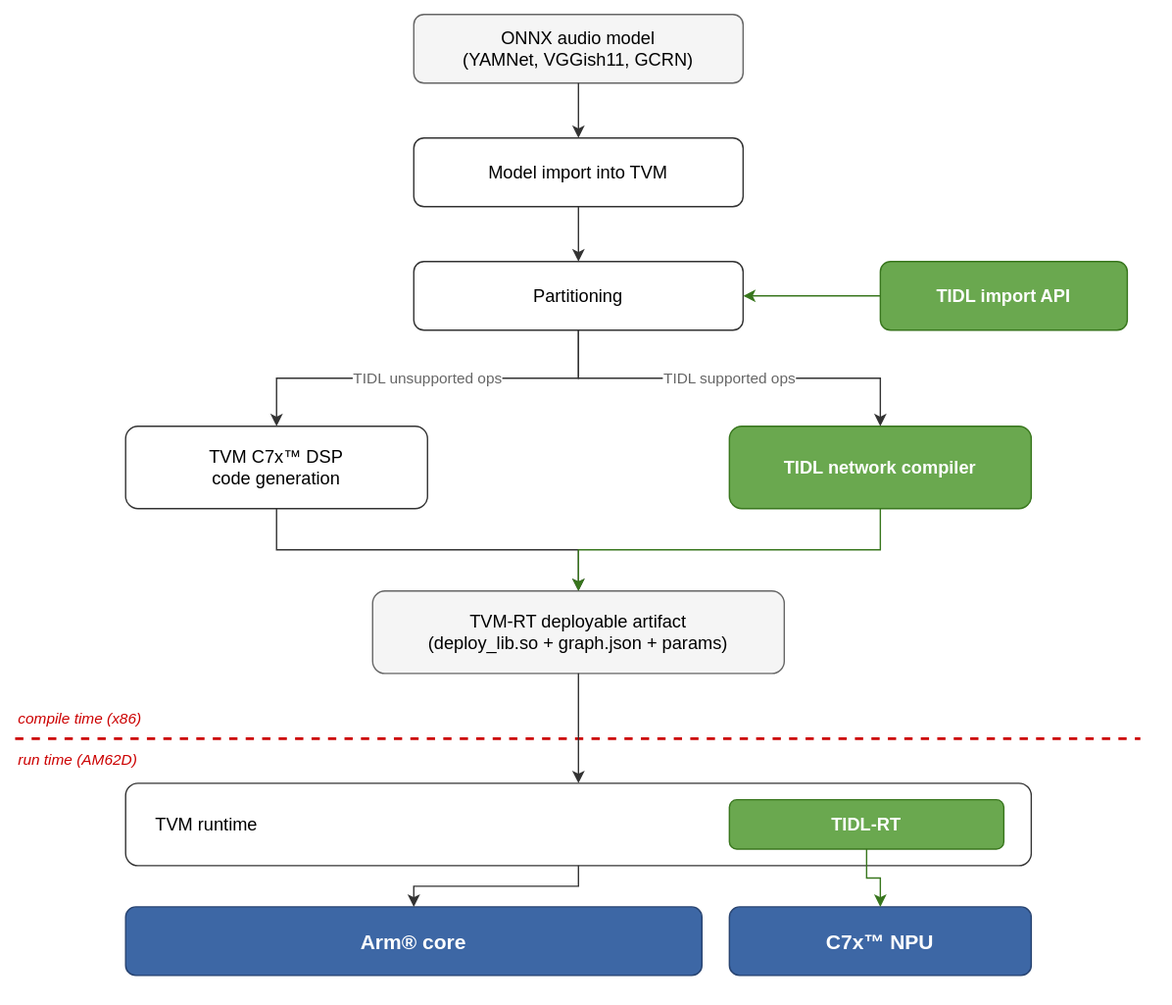
Before: source/images/audioai/tvm_tidl_flow.svg, a diagram exported from draw.io (TexasInstruments/processor-sdk-doc). Source tidied: cells renumbered, new cells last; positions are measured from the earlier drawing's top-left corner, leaving out a move shared by most shapes.
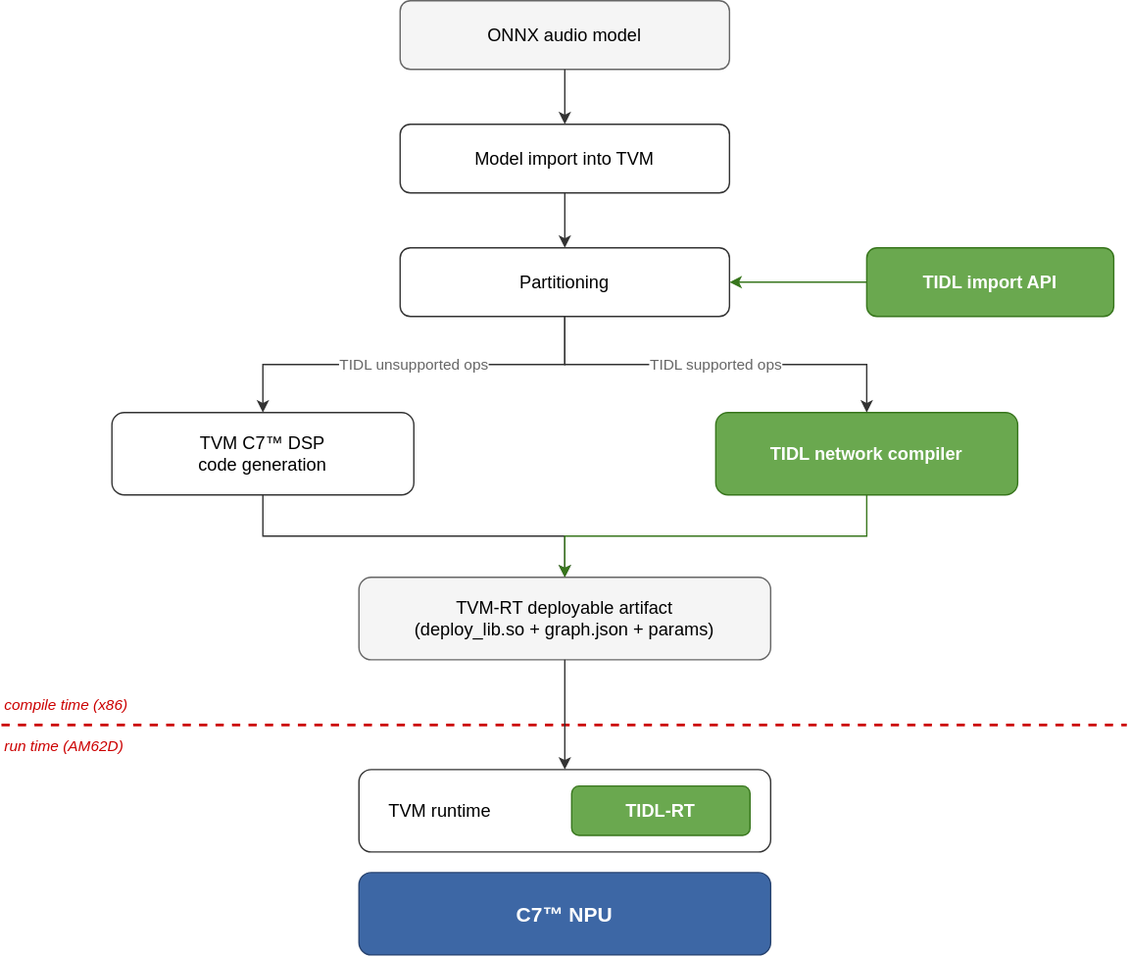
The same diagram one commit later.

What changed in the source:
```diff
@@ -2,7 +2,7 @@
   <root>
     <mxCell id="0" />
     <mxCell id="1" parent="0" />
-    <mxCell id="2" value="ONNX audio model&#10;(YAMNet, VGGish11, GCRN)" style="rounded=1;whiteSpace=wrap;html=1;fillColor=#f5f5f5;strokeColor=#666666;fontSize=13;" parent="1" vertex="1">
+    <mxCell id="2" value="ONNX audio model" style="rounded=1;whiteSpace=wrap;html=1;fillColor=#f5f5f5;strokeColor=#666666;fontSize=13;" parent="1" vertex="1">
       <mxGeometry x="290" width="240" height="50" as="geometry" />
     </mxCell>
     <mxCell id="3" value="Model import into TVM" style="rounded=1;whiteSpace=wrap;html=1;strokeColor=#333333;fontSize=13;" parent="1" vertex="1">
@@ -14,7 +14,7 @@
     <mxCell id="5" value="TIDL import API" style="rounded=1;whiteSpace=wrap;html=1;fillColor=#6aa84f;strokeColor=#38761d;fontColor=#ffffff;fontSize=13;fontStyle=1;" parent="1" vertex="1">
       <mxGeometry x="630" y="180" width="180" height="50" as="geometry" />
     </mxCell>
-    <mxCell id="6" value="TVM C7x™ DSP&#10;code generation" style="rounded=1;whiteSpace=wrap;html=1;strokeColor=#333333;fontSize=13;" parent="1" vertex="1">
+    <mxCell id="6" value="TVM C7™ DSP&#10;code generation" style="rounded=1;whiteSpace=wrap;html=1;strokeColor=#333333;fontSize=13;" parent="1" vertex="1">
       <mxGeometry x="80" y="300" width="220" height="60" as="geometry" />
     </mxCell>
     <mxCell id="7" value="TIDL network compiler" style="rounded=1;whiteSpace=wrap;html=1;fillColor=#6aa84f;strokeColor=#38761d;fontColor=#ffffff;fontSize=13;fontStyle=1;" parent="1" vertex="1">
@@ -36,16 +36,13 @@
       </mxGeometry>
     </mxCell>
     <mxCell id="12" value="TVM runtime" style="rounded=1;whiteSpace=wrap;html=1;strokeColor=#333333;fontSize=13;align=left;spacingLeft=20;verticalAlign=middle;" parent="1" vertex="1">
-      <mxGeometry x="80" y="560" width="660" height="60" as="geometry" />
+      <mxGeometry x="260" y="560" width="300" height="60" as="geometry" />
     </mxCell>
     <mxCell id="13" value="TIDL-RT" style="rounded=1;whiteSpace=wrap;html=1;fillColor=#6aa84f;strokeColor=#38761d;fontColor=#ffffff;fontSize=13;fontStyle=1;" parent="1" vertex="1">
-      <mxGeometry x="520" y="572" width="200" height="36" as="geometry" />
+      <mxGeometry x="415" y="572" width="130" height="36" as="geometry" />
     </mxCell>
-    <mxCell id="14" value="Arm® core" style="rounded=1;whiteSpace=wrap;html=1;fillColor=#3d67a5;strokeColor=#274370;fontColor=#ffffff;fontSize=15;fontStyle=1;" parent="1" vertex="1">
-      <mxGeometry x="80" y="650" width="420" height="50" as="geometry" />
-    </mxCell>
-    <mxCell id="15" value="C7x™ NPU" style="rounded=1;whiteSpace=wrap;html=1;fillColor=#3d67a5;strokeColor=#274370;fontColor=#ffffff;fontSize=15;fontStyle=1;" parent="1" vertex="1">
-      <mxGeometry x="520" y="650" width="220" height="50" as="geometry" />
+    <mxCell id="15" value="C7™ NPU" style="rounded=1;whiteSpace=wrap;html=1;fillColor=#3d67a5;strokeColor=#274370;fontColor=#ffffff;fontSize=15;fontStyle=1;" parent="1" vertex="1">
+      <mxGeometry x="260" y="635" width="300" height="60" as="geometry" />
     </mxCell>
     <mxCell id="16" style="edgeStyle=orthogonalEdgeStyle;html=1;rounded=0;endArrow=classic;strokeColor=#333333;" parent="1" edge="1" source="2" target="3">
       <mxGeometry relative="1" as="geometry" />
@@ -71,11 +68,5 @@
     <mxCell id="23" style="edgeStyle=orthogonalEdgeStyle;html=1;rounded=0;endArrow=classic;strokeColor=#333333;fontSize=11;" parent="1" edge="1" source="8" target="12">
       <mxGeometry relative="1" as="geometry" />
     </mxCell>
-    <mxCell id="24" style="edgeStyle=orthogonalEdgeStyle;html=1;rounded=0;endArrow=classic;strokeColor=#333333;" parent="1" edge="1" source="12" target="14">
-      <mxGeometry relative="1" as="geometry" />
-    </mxCell>
-    <mxCell id="25" style="edgeStyle=orthogonalEdgeStyle;html=1;rounded=0;endArrow=classic;strokeColor=#38761d;" parent="1" edge="1" source="13" target="15">
-      <mxGeometry relative="1" as="geometry" />
-    </mxCell>
   </root>
 </mxGraphModel>
```
